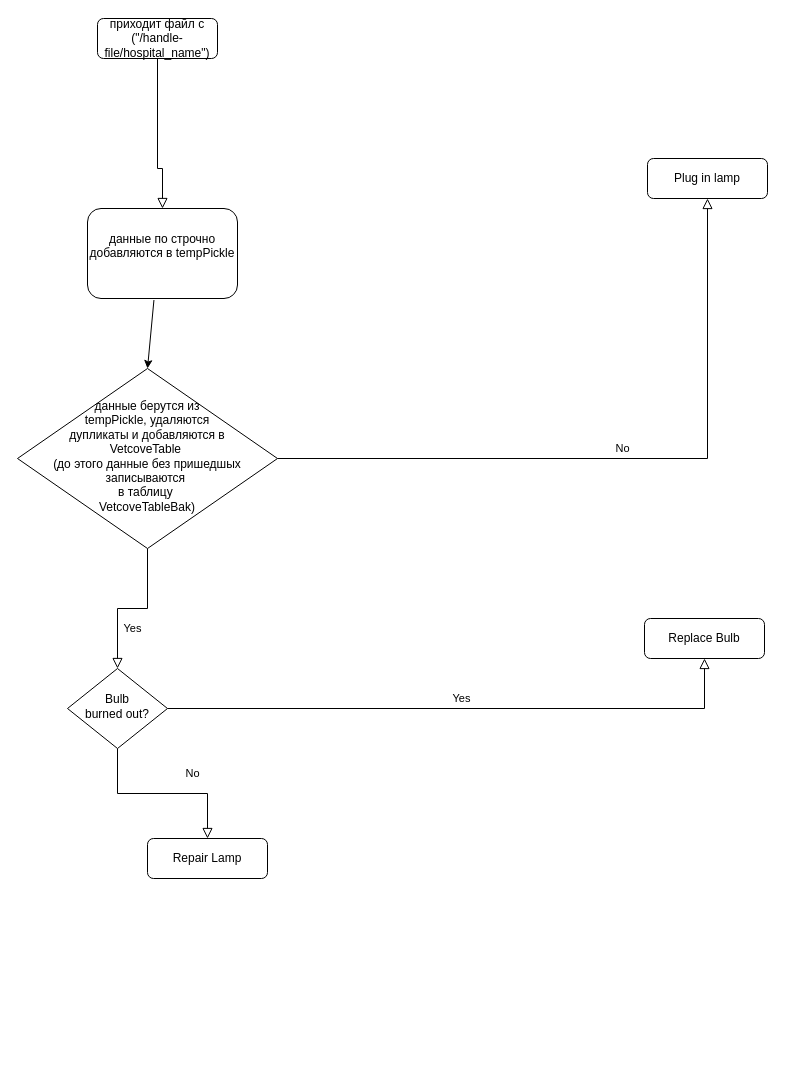
strateg1939/hello_world keeps this draw.io diagram as Untitled Diagram.drawio. Above is the earlier version. Source tidied: cells renumbered, new cells numbered last; positions are measured from the earlier drawing's top-left corner, leaving out a move shared by most shapes. Both pictures are drawn from the tidied source at 100%, with x=0, y=0 at pixel (17, 18).
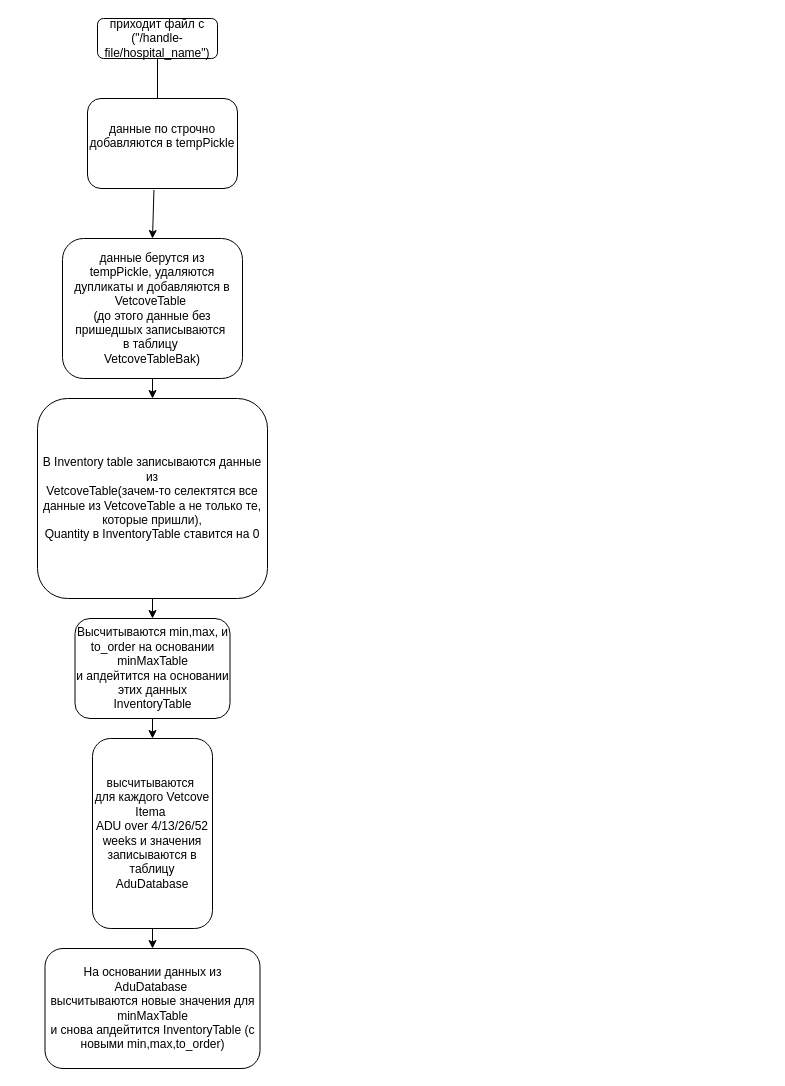
After the change.

What changed in the source:
```diff
@@
 <mxGraphModel>
   <root>
     <mxCell id="0" />
     <mxCell id="1" parent="0" />
     <mxCell id="2" style="rounded=0;html=1;jettySize=auto;fontSize=11;endArrow=block;endFill=0;endSize=8;strokeWidth=1;shadow=0;labelBackgroundColor=none;edgeStyle=orthogonalEdgeStyle;entryX=0.5;entryY=0;entryDx=0;entryDy=0;" parent="1" edge="1" source="3" target="13">
       <mxGeometry relative="1" as="geometry">
         <Array as="points">
           <mxPoint x="140" y="150" />
           <mxPoint x="145" y="150" />
         </Array>
       </mxGeometry>
     </mxCell>
     <mxCell id="3" value="приходит файл с&lt;br&gt;(&quot;/handle-file/hospital_name&quot;)" style="rounded=1;whiteSpace=wrap;html=1;fontSize=12;glass=0;strokeWidth=1;shadow=0;" parent="1" vertex="1">
       <mxGeometry x="80" width="120" height="40" as="geometry" />
     </mxCell>
-    <mxCell id="4" value="Yes" style="rounded=0;html=1;jettySize=auto;fontSize=11;endArrow=block;endFill=0;endSize=8;strokeWidth=1;shadow=0;labelBackgroundColor=none;edgeStyle=orthogonalEdgeStyle;" parent="1" edge="1" source="6" target="10">
-      <mxGeometry y="20" relative="1" as="geometry" />
-    </mxCell>
-    <mxCell id="5" value="No" style="edgeStyle=orthogonalEdgeStyle;rounded=0;html=1;jettySize=auto;fontSize=11;endArrow=block;endFill=0;endSize=8;strokeWidth=1;shadow=0;labelBackgroundColor=none;" parent="1" edge="1" source="6" target="7">
-      <mxGeometry y="10" relative="1" as="geometry" />
-    </mxCell>
-    <mxCell id="6" value="данные берутся из &lt;br&gt;tempPickle, удаляются &lt;br&gt;дупликаты и добавляются в&lt;br&gt;VetcoveTable&amp;nbsp;&lt;br&gt;(до этого данные без пришедшых записываются&amp;nbsp;&lt;br&gt;в таблицу&amp;nbsp;&lt;br&gt;VetcoveTableBak)" style="rhombus;whiteSpace=wrap;html=1;shadow=0;fontFamily=Helvetica;fontSize=12;align=center;strokeWidth=1;spacing=6;spacingTop=-4;" parent="1" vertex="1">
-      <mxGeometry y="350" width="260" height="180" as="geometry" />
-    </mxCell>
-    <mxCell id="7" value="Plug in lamp" style="rounded=1;whiteSpace=wrap;html=1;fontSize=12;glass=0;strokeWidth=1;shadow=0;" parent="1" vertex="1">
-      <mxGeometry x="630" y="140" width="120" height="40" as="geometry" />
-    </mxCell>
-    <mxCell id="8" value="No" style="rounded=0;html=1;jettySize=auto;fontSize=11;endArrow=block;endFill=0;endSize=8;strokeWidth=1;shadow=0;labelBackgroundColor=none;edgeStyle=orthogonalEdgeStyle;" parent="1" edge="1" source="10" target="11">
-      <mxGeometry x="0.33" y="20" relative="1" as="geometry" />
-    </mxCell>
-    <mxCell id="9" value="Yes" style="edgeStyle=orthogonalEdgeStyle;rounded=0;html=1;jettySize=auto;fontSize=11;endArrow=block;endFill=0;endSize=8;strokeWidth=1;shadow=0;labelBackgroundColor=none;" parent="1" edge="1" source="10" target="12">
-      <mxGeometry y="10" relative="1" as="geometry" />
-    </mxCell>
-    <mxCell id="10" value="Bulb&lt;br&gt;burned out?" style="rhombus;whiteSpace=wrap;html=1;shadow=0;fontFamily=Helvetica;fontSize=12;align=center;strokeWidth=1;spacing=6;spacingTop=-4;" parent="1" vertex="1">
-      <mxGeometry x="50" y="650" width="100" height="80" as="geometry" />
-    </mxCell>
-    <mxCell id="11" value="Repair Lamp" style="rounded=1;whiteSpace=wrap;html=1;fontSize=12;glass=0;strokeWidth=1;shadow=0;" parent="1" vertex="1">
-      <mxGeometry x="130" y="820" width="120" height="40" as="geometry" />
-    </mxCell>
-    <mxCell id="12" value="Replace Bulb" style="rounded=1;whiteSpace=wrap;html=1;fontSize=12;glass=0;strokeWidth=1;shadow=0;" parent="1" vertex="1">
-      <mxGeometry x="627" y="600" width="120" height="40" as="geometry" />
-    </mxCell>
     <mxCell id="13" value="данные по строчно добавляются в tempPickle&lt;br&gt;&amp;nbsp;&amp;nbsp;" style="rounded=1;whiteSpace=wrap;html=1;" parent="1" vertex="1">
-      <mxGeometry x="70" y="190" width="150" height="90" as="geometry" />
+      <mxGeometry x="70" y="80" width="150" height="90" as="geometry" />
     </mxCell>
     <mxCell id="14" style="endArrow=classic;html=1;exitX=0.443;exitY=1.017;exitDx=0;exitDy=0;exitPerimeter=0;entryX=0.5;entryY=0;entryDx=0;entryDy=0;" parent="1" edge="1" source="13" target="6">
       <mxGeometry relative="1" as="geometry" />
     </mxCell>
+    <mxCell id="15" value="&lt;span&gt;В Inventory table записываются данные из&lt;/span&gt;&lt;br&gt;&lt;span&gt;VetcoveTable(зачем-то селектятся все данные из VetcoveTable а не только те, которые пришли),&lt;/span&gt;&lt;br&gt;&lt;span&gt;Quantity в InventoryTable ставится на 0&lt;/span&gt;" style="rounded=1;whiteSpace=wrap;html=1;" parent="1" vertex="1">
+      <mxGeometry x="20" y="380" width="230" height="200" as="geometry" />
+    </mxCell>
+    <mxCell id="6" value="&lt;span&gt;данные берутся из&lt;/span&gt;&lt;br&gt;&lt;span&gt;tempPickle, удаляются&lt;/span&gt;&lt;br&gt;&lt;span&gt;дупликаты и добавляются в&lt;/span&gt;&lt;br&gt;&lt;span&gt;VetcoveTable&amp;nbsp;&lt;/span&gt;&lt;br&gt;&lt;span&gt;(до этого данные без пришедшых записываются&amp;nbsp;&lt;/span&gt;&lt;br&gt;&lt;span&gt;в таблицу&amp;nbsp;&lt;/span&gt;&lt;br&gt;&lt;span&gt;VetcoveTableBak)&lt;/span&gt;" style="rounded=1;whiteSpace=wrap;html=1;" parent="1" vertex="1">
+      <mxGeometry x="45" y="220" width="180" height="140" as="geometry" />
+    </mxCell>
+    <mxCell id="16" style="endArrow=classic;html=1;exitX=0.5;exitY=1;exitDx=0;exitDy=0;entryX=0.5;entryY=0;entryDx=0;entryDy=0;" parent="1" edge="1" source="6" target="15">
+      <mxGeometry relative="1" as="geometry" />
+    </mxCell>
+    <mxCell id="17" style="endArrow=classic;html=1;exitX=0.5;exitY=1;exitDx=0;exitDy=0;" parent="1" edge="1" source="15" target="18">
+      <mxGeometry relative="1" as="geometry" />
+    </mxCell>
+    <mxCell id="18" value="Высчитываются min,max, и to_order на основании minMaxTable&lt;br&gt;и апдейтится на основании этих данных&lt;br&gt;InventoryTable" style="rounded=1;whiteSpace=wrap;html=1;" parent="1" vertex="1">
+      <mxGeometry x="57.5" y="600" width="155" height="100" as="geometry" />
+    </mxCell>
+    <mxCell id="19" style="endArrow=classic;html=1;exitX=0.5;exitY=1;exitDx=0;exitDy=0;" parent="1" edge="1" source="18" target="20">
+      <mxGeometry relative="1" as="geometry" />
+    </mxCell>
+    <mxCell id="20" value="высчитываются&amp;nbsp;&lt;br&gt;для каждого Vetcove Itema&amp;nbsp;&lt;br&gt;ADU over 4/13/26/52&lt;br&gt;weeks и значения записываются в таблицу AduDatabase" style="rounded=1;whiteSpace=wrap;html=1;" parent="1" vertex="1">
+      <mxGeometry x="75" y="720" width="120" height="190" as="geometry" />
+    </mxCell>
+    <mxCell id="21" style="endArrow=classic;html=1;exitX=0.5;exitY=1;exitDx=0;exitDy=0;" parent="1" edge="1" source="20" target="22">
+      <mxGeometry relative="1" as="geometry" />
+    </mxCell>
+    <mxCell id="22" value="На основании данных из AduDatabase&amp;nbsp;&lt;br&gt;высчитываются новые значения для minMaxTable&lt;br&gt;и снова апдейтится InventoryTable (с новыми min,max,to_order)" style="rounded=1;whiteSpace=wrap;html=1;" parent="1" vertex="1">
+      <mxGeometry x="27.5" y="930" width="215" height="120" as="geometry" />
+    </mxCell>
   </root>
 </mxGraphModel>
```
